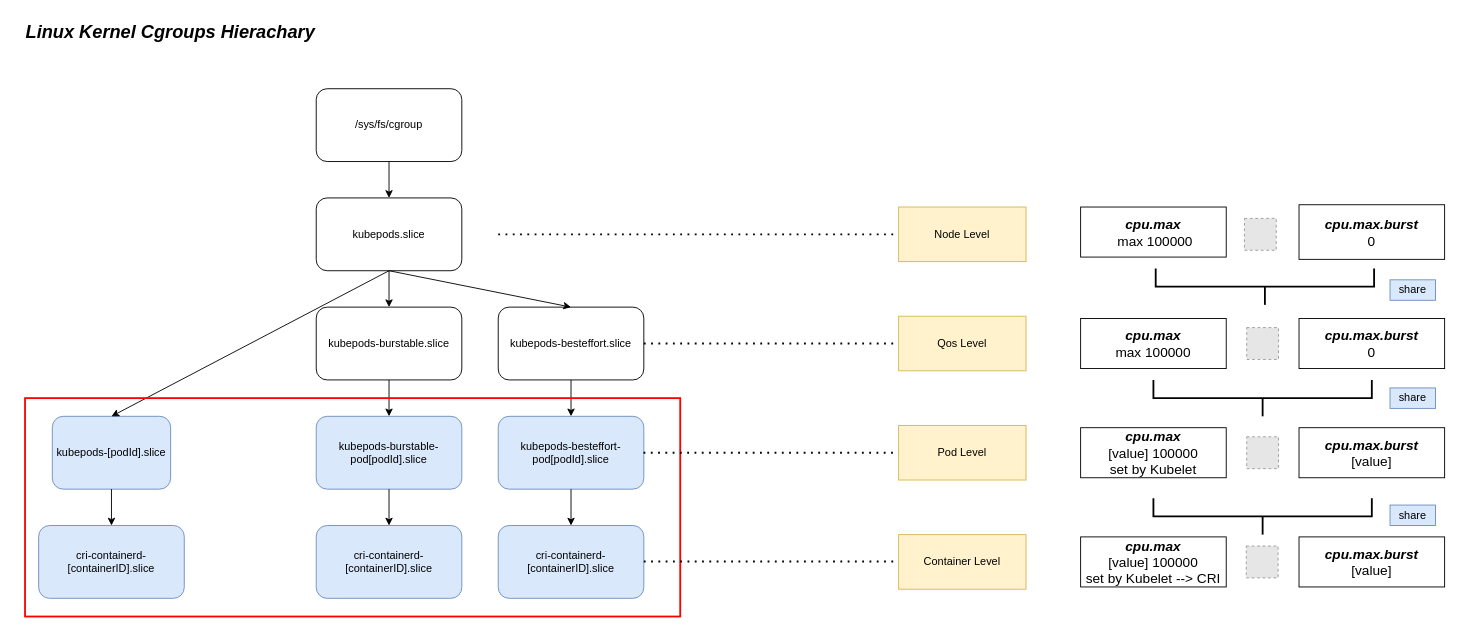
Earlier version of the draw.io diagram cgroup-hierarchy.drawio (YanshanSong/draw.io). Source tidied: cells renumbered, new cells numbered last; positions are measured from the earlier drawing's top-left corner, leaving out a move shared by most shapes. Both pictures are drawn from the tidied source at 91%, with x=0, y=0 at pixel (15, 15). Pictures stored in the file or linked from it are replaced by grey dashed boxes.
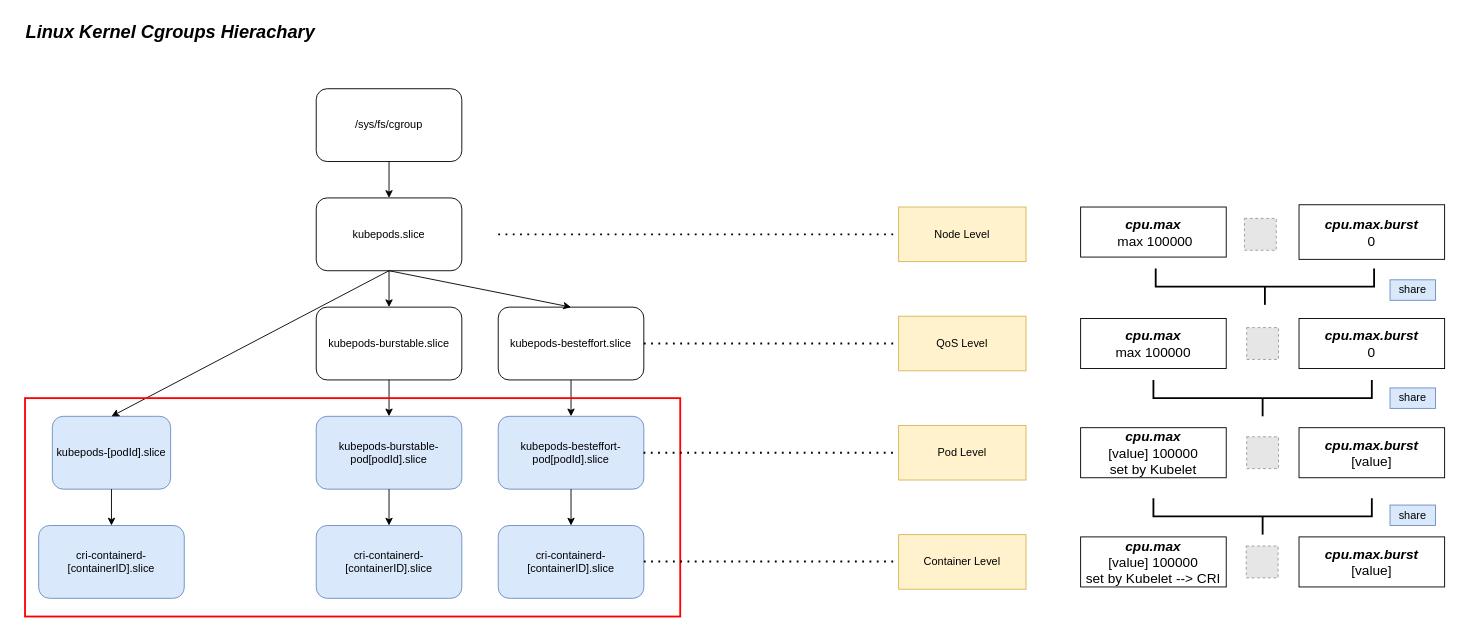
Above is the later version.

What changed in the source:
```diff
@@
-    <mxCell id="27" value="Qos Level" style="rounded=0;whiteSpace=wrap;html=1;fillColor=#fff2cc;strokeColor=#d6b656;" parent="1" vertex="1">
+    <mxCell id="27" value="QoS Level" style="rounded=0;whiteSpace=wrap;html=1;fillColor=#fff2cc;strokeColor=#d6b656;" parent="1" vertex="1">
       <mxGeometry x="970" y="330" width="140" height="60" as="geometry" />
     </mxCell>
```
